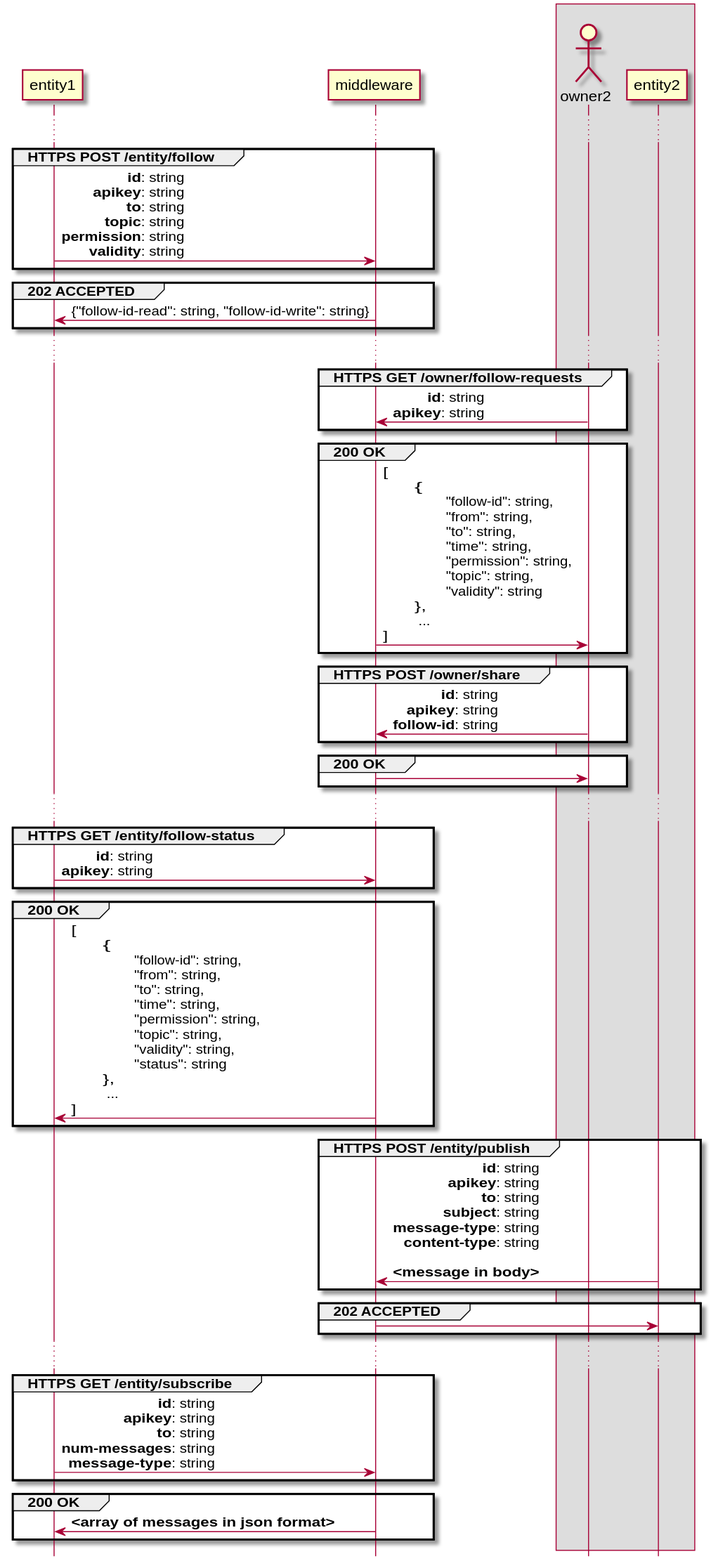
Earlier version of the PlantUML export DOCS/publish.svg (rbccps-iisc/corinthian).
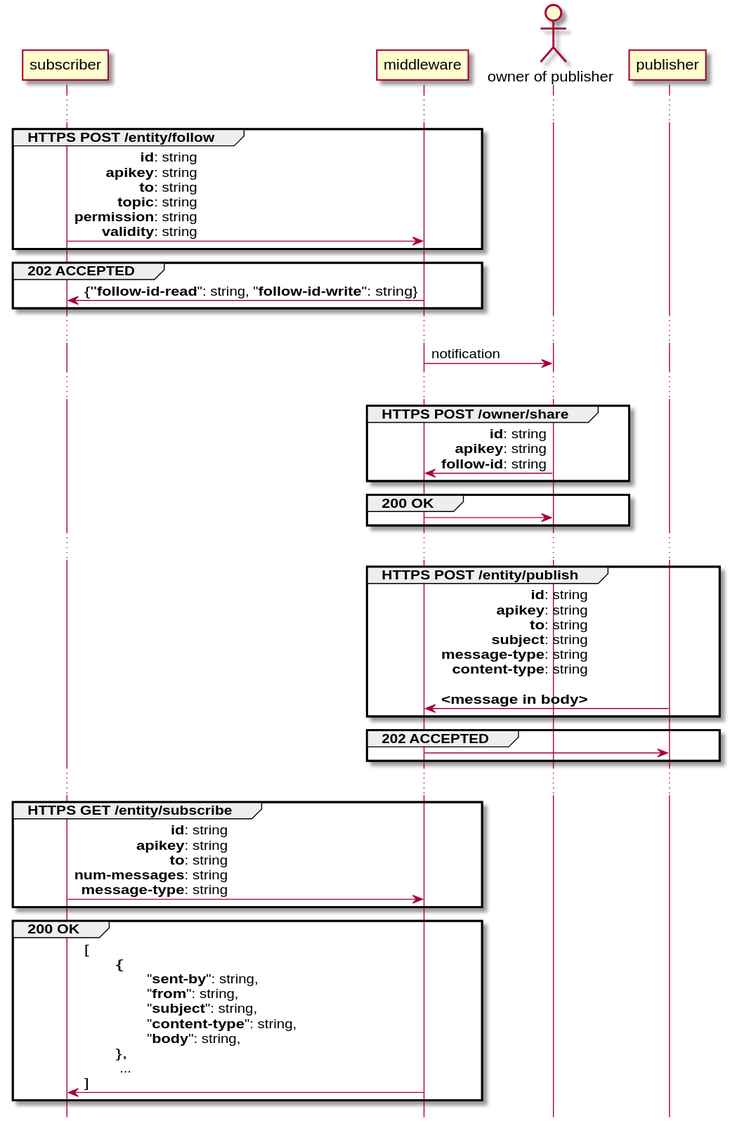
After the change.

Commit message:
use subject instead of topic in subsrcibe; update figures

Diff of the diagram source:
```diff
@@ -2,66 +2,53 @@
 hide footbox
 
 
+
 ...
 group HTTPS POST /entity/follow
-entity1 -> middleware: **id**: string\r**apikey**: string\r**to**: string\r**topic**: string\r**permission**: string\r**validity**: string
+subscriber -> middleware: **id**: string\r**apikey**: string\r**to**: string\r**topic**: string\r**permission**: string\r**validity**: string
 end
 
 group 202 ACCEPTED
-middleware -> entity1: {"follow-id-read": string, "follow-id-write": string}
+middleware -> subscriber: {"**follow-id-read**": string, "**follow-id-write**": string}
 end
 
 ...
 
+    actor "owner of publisher"
+
+	participant publisher
 
 
-box " "
-    actor owner2
 
-	participant entity2
-end box
+middleware -> "owner of publisher" : notification
 
-group HTTPS GET /owner/follow-requests
-owner2 -> middleware:**id**: string\r**apikey**: string
+...
+
+group HTTPS POST /owner/share
+"owner of publisher" -> middleware : **id**: string\r**apikey**: string\r**follow-id**: string
 end
 
 group 200 OK
-middleware -> owner2: [\l\t{\t\r\t\t"follow-id": string,\r\t\t"from": string,\r\t\t"to": string,\r\t\t"time": string,\r\t\t"permission": string,\r\t\t"topic": string,\r\t\t"validity": string\r\t},\l\t ...\l]
-end
-
-group HTTPS POST /owner/share
-owner2 -> middleware : **id**: string\r**apikey**: string\r**follow-id**: string
-end
-
-group 200 OK
-middleware -> owner2
+middleware -> "owner of publisher"
 end
 
 ...
-group HTTPS GET /entity/follow-status
-entity1 -> middleware: **id**: string\r**apikey**: string
-end
-
-group 200 OK
-middleware -> entity1: [\l\t{\t\r\t\t"follow-id": string,\r\t\t"from": string,\r\t\t"to": string,\r\t\t"time": string,\r\t\t"permission": string,\r\t\t"topic": string,\r\t\t"validity": string,\r\t\t"status": string\r\t},\l\t ...\l]
-end
-
 
 group HTTPS POST /entity/publish
-entity2 -> middleware: **id**: string\r**apikey**: string\r**to**: string\r**subject**: string\r**message-type**: string\r**content-type**: string\r\r**<message in body>**
+publisher -> middleware: **id**: string\r**apikey**: string\r**to**: string\r**subject**: string\r**message-type**: string\r**content-type**: string\r\r**<message in body>**
 end
 
 group 202 ACCEPTED
-middleware -> entity2:
+middleware -> publisher:
 end
 
 ...
 group HTTPS GET /entity/subscribe
 
-entity1 -> middleware: **id**: string\r**apikey**: string\r**to**: string\r**num-messages**: string\r**message-type**: string
+subscriber -> middleware: **id**: string\r**apikey**: string\r**to**: string\r**num-messages**: string\r**message-type**: string
 end
 
 group 200 OK
-middleware -> entity1: **<array of messages in json format>**
+middleware -> subscriber: [\l\t{\t\r\t\t"**sent-by**": string,\r\t\t"**from**": string,\r\t\t"**subject**": string,\r\t\t"**content-type**": string,\r\t\t"**body**": string,\r\t},\l\t ...\l]
 end
 @enduml
```
